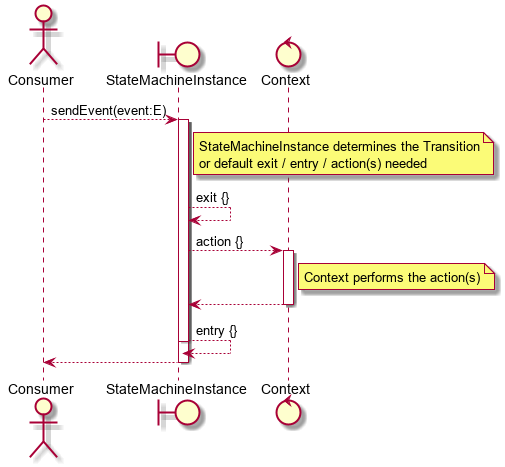
This is projects/kfsm/statemachine_sequence.png from open-jumpco/open-jumpco.github.io, a PlantUML export, as it was before one commit. Its diagram source:
```plantuml
@startuml

actor Consumer
boundary StateMachineInstance
control Context

Consumer ----> StateMachineInstance : sendEvent(event:E)

    activate StateMachineInstance
    note right of StateMachineInstance
        StateMachineInstance determines the Transition
        or default exit / entry / action(s) needed
    end note
    activate StateMachineInstance
    StateMachineInstance ----> StateMachineInstance : exit {}
    StateMachineInstance ----> Context : action {}
    activate Context
    note right of Context
        Context performs the action(s)
    end note
    Context ---->  StateMachineInstance
    deactivate Context
    StateMachineInstance ----> StateMachineInstance : entry {}
    deactivate StateMachineInstance
    return

@enduml
```
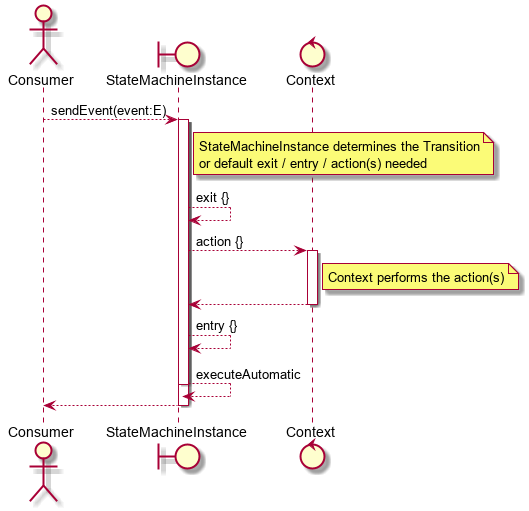
The same file after the commit.

Diff of the diagram source:
```diff
@@ -21,6 +21,7 @@
     Context ---->  StateMachineInstance
     deactivate Context
     StateMachineInstance ----> StateMachineInstance : entry {}
+    StateMachineInstance ----> StateMachineInstance : executeAutomatic
     deactivate StateMachineInstance
     return
 
```
